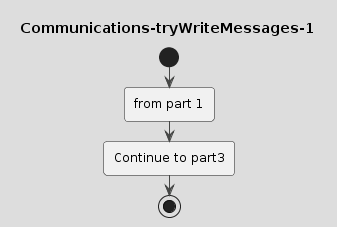
Earlier version of the PlantUML export drawings/Communications-tryWriteMessages-1.png (coding-to-music/plantuml-diagram-examples).
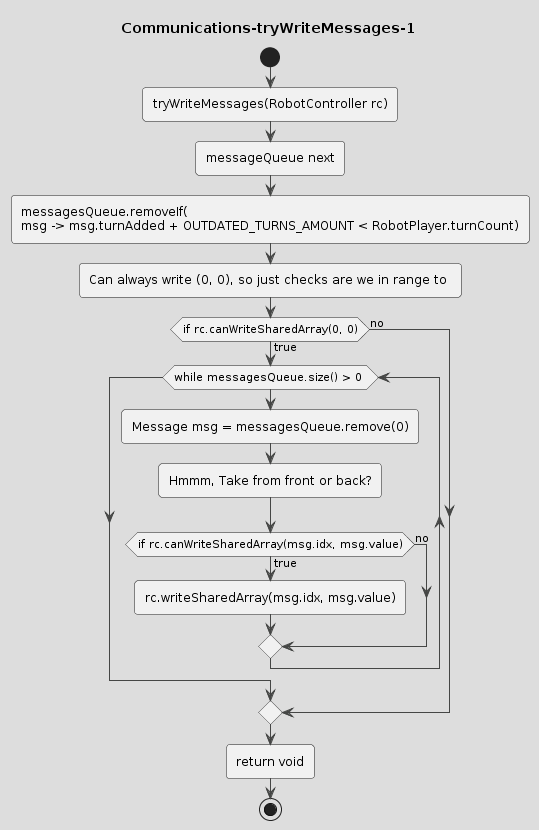
The same diagram one commit later.

Diff of the diagram source:
```diff
@@ -3,11 +3,27 @@
 title Communications-tryWriteMessages-1
 start
 
-:from part 1;
 
 
 
 
-:Continue to part3;
+:tryWriteMessages(RobotController rc);
+
+:messageQueue next;
+
+:messagesQueue.removeIf(\nmsg -> msg.turnAdded + OUTDATED_TURNS_AMOUNT < RobotPlayer.turnCount);
+:Can always write (0, 0), so just checks are we in range to ;
+if (if rc.canWriteSharedArray(0, 0)) then (true)
+    while (while messagesQueue.size() > 0 )
+        :Message msg = messagesQueue.remove(0);
+        :Hmmm, Take from front or back?;
+        if (if rc.canWriteSharedArray(msg.idx, msg.value)) then (true)
+            :rc.writeSharedArray(msg.idx, msg.value);
+        else (no)
+        endif
+    endwhile
+else (no)
+endif
+:return void;
 stop
 @enduml
```
